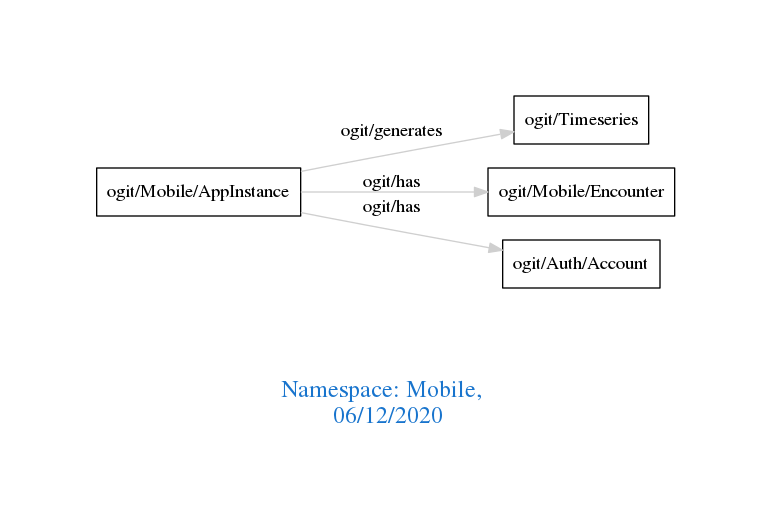
Above: downloads/Mobile.png in arago/OGIT (Graphviz), before the change. Its source is kept beside it as downloads/Mobile.dot.
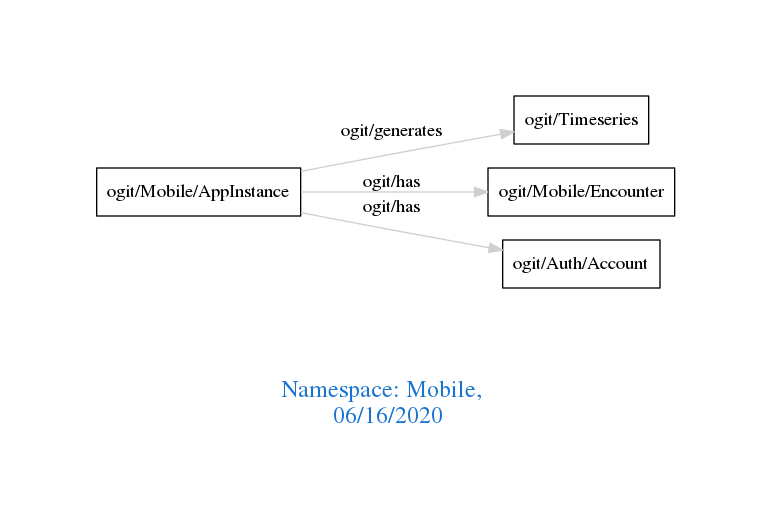
Later version of the same file.

What changed in the source:
```diff
@@ -1,7 +1,7 @@
 digraph OGIT_ontology {
  graph [ rankdir= LR,pad=1
 fontsize = 18,
-fontcolor= dodgerblue3,label = "\n\n\nNamespace: Mobile, \n 06/12/2020"];
+fontcolor= dodgerblue3,label = "\n\n\nNamespace: Mobile, \n 06/16/2020"];
 node[shape=polygon];
 edge [  color="gray81"];
 
```
